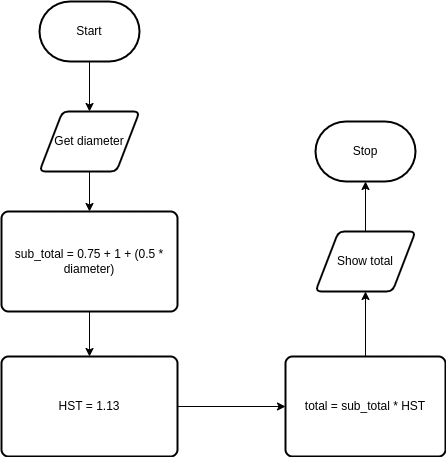
Earlier version of the draw.io export flowchart.png (michael-clermont1/ICS3U-Unit2-04-Python). Source tidied: cells renumbered, new cells last; positions are measured from the earlier drawing's top-left corner, leaving out a move shared by most shapes.
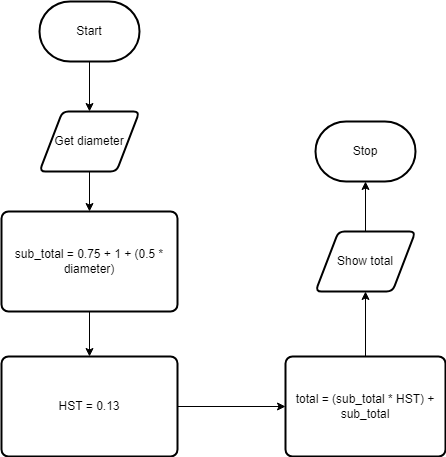
Later version of the same file.

Commit message:
edited flowchart and design

Diff of the diagram source:
```diff
@@ -23,13 +23,13 @@
     <mxCell id="8" style="edgeStyle=orthogonalEdgeStyle;shape=connector;rounded=0;html=1;exitX=1;exitY=0.5;exitDx=0;exitDy=0;entryX=0;entryY=0.5;entryDx=0;entryDy=0;labelBackgroundColor=default;fontFamily=Helvetica;fontSize=11;fontColor=default;endArrow=classic;strokeColor=default;" parent="1" edge="1" source="9" target="11">
       <mxGeometry relative="1" as="geometry" />
     </mxCell>
-    <mxCell id="9" value="HST = 1.13" style="rounded=1;whiteSpace=wrap;html=1;absoluteArcSize=1;arcSize=14;strokeWidth=2;" parent="1" vertex="1">
+    <mxCell id="9" value="HST = 0.13" style="rounded=1;whiteSpace=wrap;html=1;absoluteArcSize=1;arcSize=14;strokeWidth=2;" parent="1" vertex="1">
       <mxGeometry y="355" width="176" height="100" as="geometry" />
     </mxCell>
     <mxCell id="10" style="edgeStyle=orthogonalEdgeStyle;shape=connector;rounded=0;html=1;exitX=0.5;exitY=0;exitDx=0;exitDy=0;entryX=0.5;entryY=1;entryDx=0;entryDy=0;labelBackgroundColor=default;fontFamily=Helvetica;fontSize=11;fontColor=default;endArrow=classic;strokeColor=default;" parent="1" edge="1" source="11" target="13">
       <mxGeometry relative="1" as="geometry" />
     </mxCell>
-    <mxCell id="11" value="total = sub_total * HST" style="rounded=1;whiteSpace=wrap;html=1;absoluteArcSize=1;arcSize=14;strokeWidth=2;" parent="1" vertex="1">
+    <mxCell id="11" value="total = (sub_total * HST) + sub_total" style="rounded=1;whiteSpace=wrap;html=1;absoluteArcSize=1;arcSize=14;strokeWidth=2;" parent="1" vertex="1">
       <mxGeometry x="284" y="355" width="160" height="100" as="geometry" />
     </mxCell>
     <mxCell id="12" style="edgeStyle=orthogonalEdgeStyle;shape=connector;rounded=0;html=1;exitX=0.5;exitY=0;exitDx=0;exitDy=0;entryX=0.5;entryY=1;entryDx=0;entryDy=0;entryPerimeter=0;labelBackgroundColor=default;fontFamily=Helvetica;fontSize=11;fontColor=default;endArrow=classic;strokeColor=default;" parent="1" edge="1" source="13" target="14">
```
